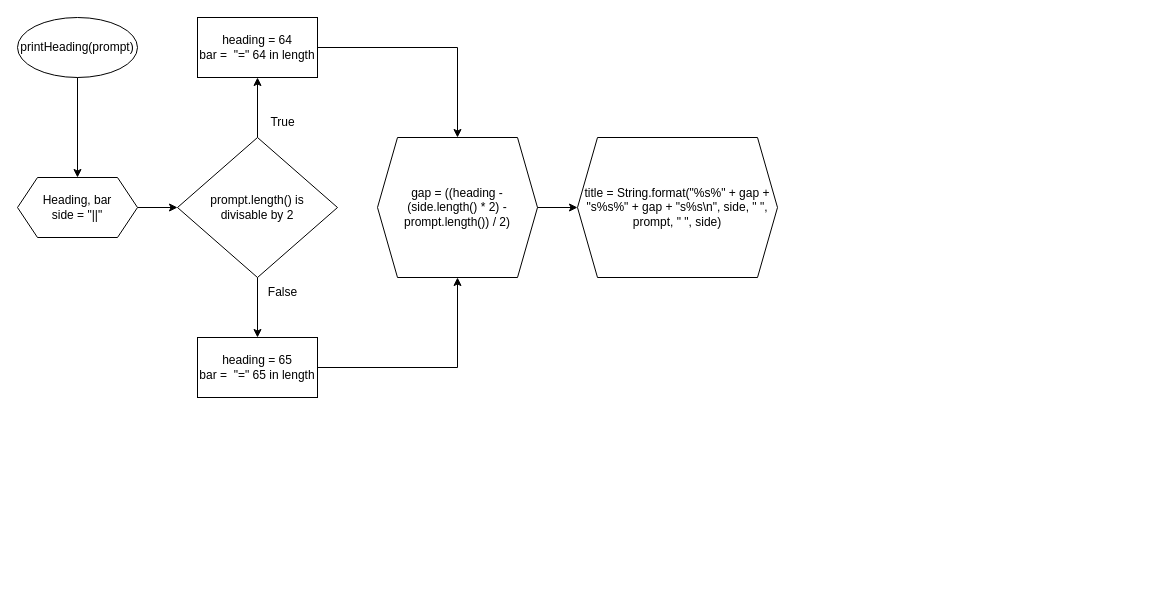
The draw.io diagram page "printHeading" (6 of 28) of Daspro/smt 1/Flowchart/Alternate.drawio in G4CENeiz/Final-Project, before the edit. Source tidied: cells renumbered, new cells numbered last; positions are measured from the earlier drawing's top-left corner, leaving out a move shared by most shapes. Both pictures are drawn from the tidied source at 100%, with x=0, y=0 at pixel (17, 17).
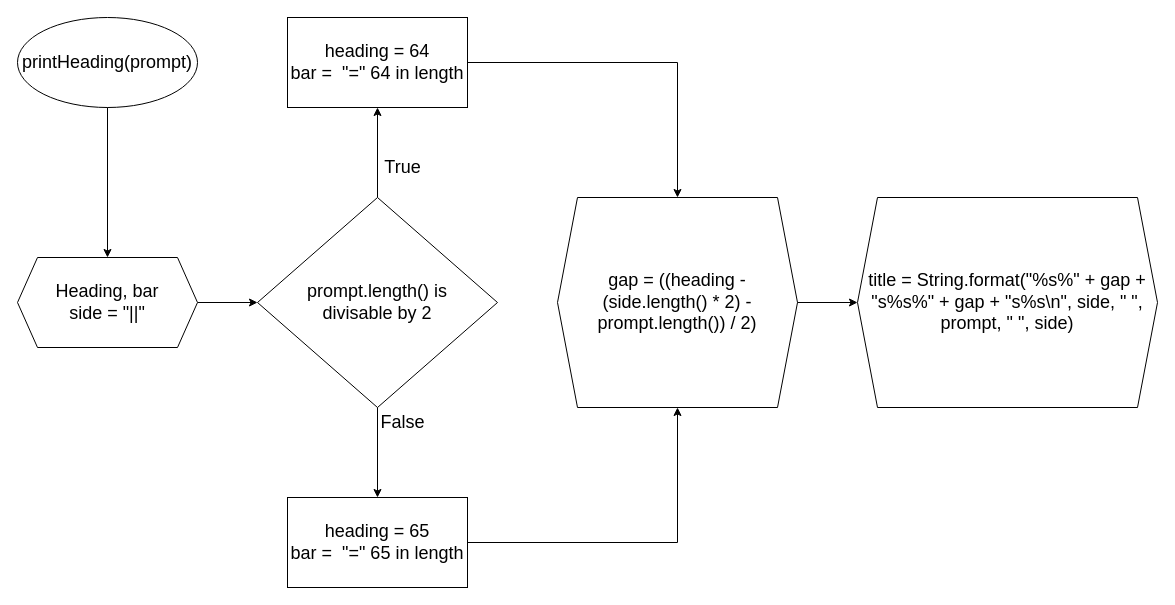
After the change.

What changed in the source:
```diff
@@
 <mxGraphModel>
   <root>
     <mxCell id="0" />
     <mxCell id="1" parent="0" />
-    <mxCell id="2" style="group;" parent="1" vertex="1">
-      <mxGeometry width="760" height="380" as="geometry" />
+    <mxCell id="2" style="group;fontSize=18;" parent="1" vertex="1">
+      <mxGeometry width="1140" height="570" as="geometry" />
     </mxCell>
-    <mxCell id="3" value="printHeading(prompt)" style="ellipse;whiteSpace=wrap;html=1;" parent="2" vertex="1">
-      <mxGeometry width="120" height="60" as="geometry" />
+    <mxCell id="3" value="printHeading(prompt)" style="ellipse;whiteSpace=wrap;html=1;fontSize=18;" parent="2" vertex="1">
+      <mxGeometry width="180" height="90" as="geometry" />
     </mxCell>
-    <mxCell id="4" value="prompt.length() is &lt;br&gt;divisable by 2" style="rhombus;whiteSpace=wrap;html=1;" parent="2" vertex="1">
-      <mxGeometry x="160" y="120" width="160" height="140" as="geometry" />
+    <mxCell id="4" value="prompt.length() is &lt;br style=&quot;font-size: 18px;&quot;&gt;divisable by 2" style="rhombus;whiteSpace=wrap;html=1;fontSize=18;" parent="2" vertex="1">
+      <mxGeometry x="240" y="180" width="240" height="210" as="geometry" />
     </mxCell>
-    <mxCell id="5" style="edgeStyle=orthogonalEdgeStyle;rounded=0;jettySize=auto;html=1;" parent="2" edge="1" source="6" target="4">
+    <mxCell id="5" style="edgeStyle=orthogonalEdgeStyle;rounded=0;jettySize=auto;html=1;fontSize=18;" parent="2" edge="1" source="6" target="4">
       <mxGeometry relative="1" as="geometry" />
     </mxCell>
-    <mxCell id="6" value="Heading, bar&lt;br&gt;side = &quot;||&quot;" style="shape=hexagon;perimeter=hexagonPerimeter2;whiteSpace=wrap;html=1;fixedSize=1;" parent="2" vertex="1">
-      <mxGeometry y="160" width="120" height="60" as="geometry" />
+    <mxCell id="6" value="Heading, bar&lt;br style=&quot;font-size: 18px;&quot;&gt;side = &quot;||&quot;" style="shape=hexagon;perimeter=hexagonPerimeter2;whiteSpace=wrap;html=1;fixedSize=1;fontSize=18;" parent="2" vertex="1">
+      <mxGeometry y="240" width="180" height="90" as="geometry" />
     </mxCell>
-    <mxCell id="7" style="edgeStyle=orthogonalEdgeStyle;rounded=0;jettySize=auto;html=1;" parent="2" edge="1" source="3" target="6">
+    <mxCell id="7" style="edgeStyle=orthogonalEdgeStyle;rounded=0;jettySize=auto;html=1;fontSize=18;" parent="2" edge="1" source="3" target="6">
       <mxGeometry relative="1" as="geometry" />
     </mxCell>
-    <mxCell id="8" value="heading = 64&lt;br&gt;bar =&amp;nbsp; &quot;=&quot; 64 in length" style="rounded=0;whiteSpace=wrap;html=1;" parent="2" vertex="1">
-      <mxGeometry x="180" width="120" height="60" as="geometry" />
+    <mxCell id="8" value="heading = 64&lt;br style=&quot;font-size: 18px;&quot;&gt;bar =&amp;nbsp; &quot;=&quot; 64 in length" style="rounded=0;whiteSpace=wrap;html=1;fontSize=18;" parent="2" vertex="1">
+      <mxGeometry x="270" width="180" height="90" as="geometry" />
     </mxCell>
-    <mxCell id="9" style="edgeStyle=orthogonalEdgeStyle;rounded=0;jettySize=auto;html=1;" parent="2" edge="1" source="4" target="8">
+    <mxCell id="9" style="edgeStyle=orthogonalEdgeStyle;rounded=0;jettySize=auto;html=1;fontSize=18;" parent="2" edge="1" source="4" target="8">
       <mxGeometry relative="1" as="geometry" />
     </mxCell>
-    <mxCell id="10" value="heading = 65&lt;br&gt;bar =&amp;nbsp; &quot;=&quot; 65 in length" style="rounded=0;whiteSpace=wrap;html=1;" parent="2" vertex="1">
-      <mxGeometry x="180" y="320" width="120" height="60" as="geometry" />
+    <mxCell id="10" value="heading = 65&lt;br style=&quot;font-size: 18px;&quot;&gt;bar =&amp;nbsp; &quot;=&quot; 65 in length" style="rounded=0;whiteSpace=wrap;html=1;fontSize=18;" parent="2" vertex="1">
+      <mxGeometry x="270" y="480" width="180" height="90" as="geometry" />
     </mxCell>
-    <mxCell id="11" style="edgeStyle=orthogonalEdgeStyle;rounded=0;jettySize=auto;html=1;" parent="2" edge="1" source="4" target="10">
+    <mxCell id="11" style="edgeStyle=orthogonalEdgeStyle;rounded=0;jettySize=auto;html=1;fontSize=18;" parent="2" edge="1" source="4" target="10">
       <mxGeometry relative="1" as="geometry" />
     </mxCell>
-    <mxCell id="12" value="gap = ((heading - (side.length() * 2) - prompt.length()) / 2)" style="shape=hexagon;perimeter=hexagonPerimeter2;whiteSpace=wrap;html=1;fixedSize=1;" parent="2" vertex="1">
-      <mxGeometry x="360" y="120" width="160" height="140" as="geometry" />
+    <mxCell id="12" value="gap = ((heading - (side.length() * 2) - prompt.length()) / 2)" style="shape=hexagon;perimeter=hexagonPerimeter2;whiteSpace=wrap;html=1;fixedSize=1;fontSize=18;" parent="2" vertex="1">
+      <mxGeometry x="540" y="180" width="240" height="210" as="geometry" />
     </mxCell>
-    <mxCell id="13" style="edgeStyle=orthogonalEdgeStyle;rounded=0;jettySize=auto;html=1;entryX=0.5;entryY=0;entryDx=0;entryDy=0;" parent="2" edge="1" source="8" target="12">
+    <mxCell id="13" style="edgeStyle=orthogonalEdgeStyle;rounded=0;jettySize=auto;html=1;entryX=0.5;entryY=0;entryDx=0;entryDy=0;fontSize=18;" parent="2" edge="1" source="8" target="12">
       <mxGeometry relative="1" as="geometry" />
     </mxCell>
-    <mxCell id="14" style="edgeStyle=orthogonalEdgeStyle;rounded=0;jettySize=auto;html=1;entryX=0.5;entryY=1;entryDx=0;entryDy=0;" parent="2" edge="1" source="10" target="12">
+    <mxCell id="14" style="edgeStyle=orthogonalEdgeStyle;rounded=0;jettySize=auto;html=1;entryX=0.5;entryY=1;entryDx=0;entryDy=0;fontSize=18;" parent="2" edge="1" source="10" target="12">
       <mxGeometry relative="1" as="geometry" />
     </mxCell>
-    <mxCell id="15" value="title = String.format(&quot;%s%&quot; + gap + &quot;s%s%&quot; + gap + &quot;s%s\n&quot;, side, &quot; &quot;, prompt, &quot; &quot;, side)" style="shape=hexagon;perimeter=hexagonPerimeter2;whiteSpace=wrap;html=1;fixedSize=1;" parent="2" vertex="1">
-      <mxGeometry x="560" y="120" width="200" height="140" as="geometry" />
+    <mxCell id="15" value="title = String.format(&quot;%s%&quot; + gap + &quot;s%s%&quot; + gap + &quot;s%s\n&quot;, side, &quot; &quot;, prompt, &quot; &quot;, side)" style="shape=hexagon;perimeter=hexagonPerimeter2;whiteSpace=wrap;html=1;fixedSize=1;fontSize=18;" parent="2" vertex="1">
+      <mxGeometry x="840" y="180" width="300" height="210" as="geometry" />
     </mxCell>
-    <mxCell id="16" style="edgeStyle=orthogonalEdgeStyle;rounded=0;jettySize=auto;html=1;" parent="2" edge="1" source="12" target="15">
+    <mxCell id="16" style="edgeStyle=orthogonalEdgeStyle;rounded=0;jettySize=auto;html=1;fontSize=18;" parent="2" edge="1" source="12" target="15">
       <mxGeometry relative="1" as="geometry" />
     </mxCell>
-    <mxCell id="17" value="False" style="text;html=1;align=center;verticalAlign=middle;strokeColor=none;fillColor=none;" parent="2" vertex="1">
-      <mxGeometry x="240" y="260" width="50" height="30" as="geometry" />
+    <mxCell id="17" value="False" style="text;html=1;align=center;verticalAlign=middle;strokeColor=none;fillColor=none;fontSize=18;" parent="2" vertex="1">
+      <mxGeometry x="350" y="385" width="70" height="40" as="geometry" />
     </mxCell>
-    <mxCell id="18" value="True" style="text;html=1;align=center;verticalAlign=middle;strokeColor=none;fillColor=none;" parent="2" vertex="1">
-      <mxGeometry x="240" y="90" width="50" height="30" as="geometry" />
+    <mxCell id="18" value="True" style="text;html=1;align=center;verticalAlign=middle;strokeColor=none;fillColor=none;fontSize=18;" parent="2" vertex="1">
+      <mxGeometry x="355" y="130" width="60" height="40" as="geometry" />
     </mxCell>
   </root>
 </mxGraphModel>
```
